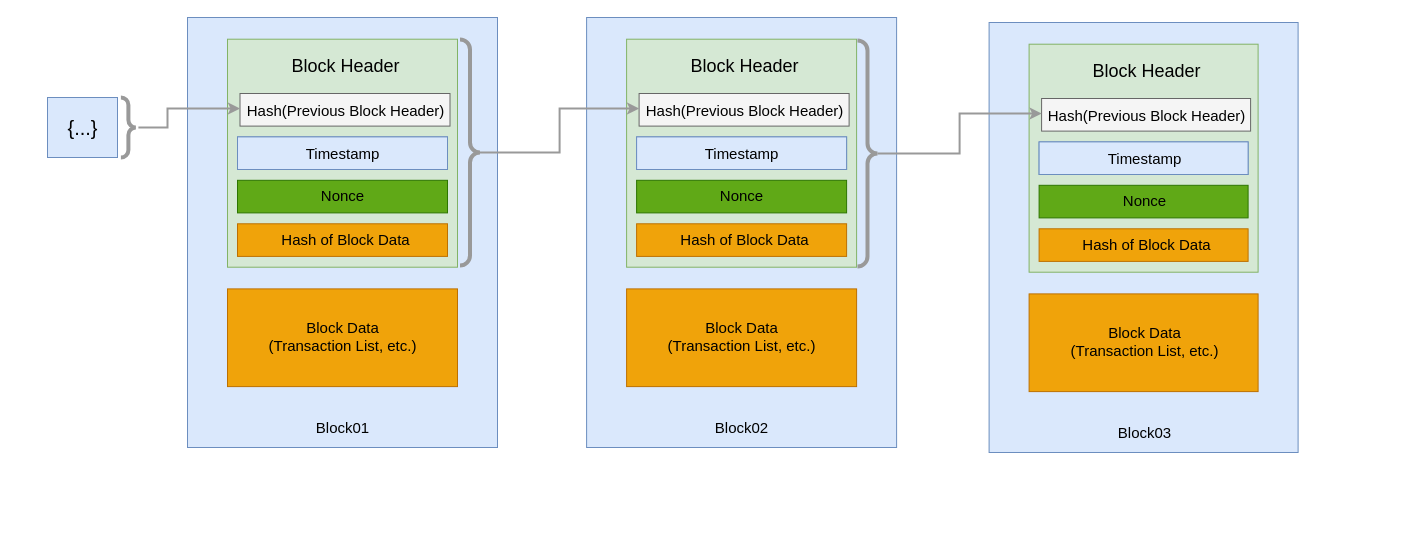
Before: 3_advancesDatabaseCoursePaper.drawio in lqmzx/git-demo, a draw.io diagram. Source tidied: cells renumbered, new cells numbered last; positions are measured from the earlier drawing's top-left corner, leaving out a move shared by most shapes. Both pictures are drawn from the tidied source at 100%, with x=0, y=0 at pixel (47, 17).
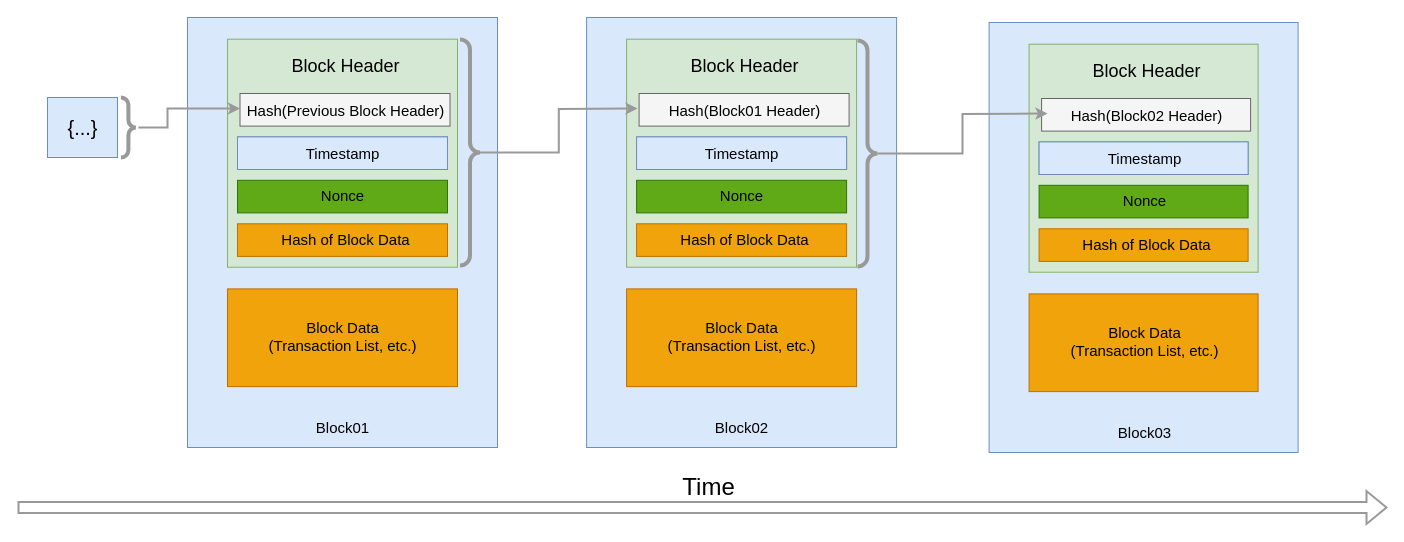
Above is the later version.

Unchanged cells that the change refers to:
```xml
<mxCell id="23" style="labelPosition=right;align=left;strokeWidth=4;shape=mxgraph.mockup.markup.curlyBrace;html=1;shadow=0;dashed=0;strokeColor=#999999;direction=north;fontSize=20;rotation=-180;" parent="5" vertex="1">
  <mxGeometry x="272.5" y="22" width="20" height="226" as="geometry" />
</mxCell>
<mxCell id="30" style="group;" parent="27" vertex="1">
  <mxGeometry x="12.5" y="54.3" width="210" height="32.6" as="geometry" />
</mxCell>
<mxCell id="44" style="labelPosition=right;align=left;strokeWidth=4;shape=mxgraph.mockup.markup.curlyBrace;html=1;shadow=0;dashed=0;strokeColor=#999999;direction=north;fontSize=20;rotation=-180;" parent="1" vertex="1">
  <mxGeometry x="810" y="23" width="20" height="226" as="geometry" />
</mxCell>
<mxCell id="50" style="group;" parent="47" vertex="1">
  <mxGeometry x="12.5" y="54.3" width="209" height="32.6" as="geometry" />
</mxCell>
```

The edit, as a diff of the source:
```diff
@@
-    <mxCell id="32" value="&lt;font style=&quot;font-size: 15px&quot;&gt;Hash(Previous Block Header)&lt;/font&gt;" style="text;html=1;align=center;verticalAlign=middle;points=[];strokeColor=none;fillColor=none;fontSize=20;" parent="30" vertex="1">
-      <mxGeometry width="210" height="30" as="geometry" />
+    <mxCell id="32" value="&lt;font style=&quot;font-size: 15px&quot;&gt;Hash(Block01 Header)&lt;/font&gt;" style="text;html=1;align=center;verticalAlign=middle;points=[];strokeColor=none;fillColor=none;fontSize=20;" parent="30" vertex="1">
+      <mxGeometry x="20" width="170" height="30" as="geometry" />
     </mxCell>
@@
-    <mxCell id="43" style="edgeStyle=orthogonalEdgeStyle;rounded=0;jettySize=auto;html=1;fontFamily=Helvetica;fontSize=15;fontColor=default;strokeColor=#999999;strokeWidth=2;" parent="1" edge="1" source="23" target="32">
-      <mxGeometry relative="1" as="geometry" />
+    <mxCell id="43" style="edgeStyle=orthogonalEdgeStyle;rounded=0;jettySize=auto;html=1;fontFamily=Helvetica;fontSize=15;fontColor=default;strokeColor=#999999;strokeWidth=2;" parent="1" edge="1" source="23">
+      <mxGeometry relative="1" as="geometry">
+        <mxPoint x="590" y="91" as="targetPoint" />
+      </mxGeometry>
     </mxCell>
@@
-    <mxCell id="52" value="&lt;font style=&quot;font-size: 15px&quot;&gt;Hash(Previous Block Header)&lt;/font&gt;" style="text;html=1;align=center;verticalAlign=middle;points=[];strokeColor=none;fillColor=none;fontSize=20;" parent="50" vertex="1">
-      <mxGeometry width="210" height="30" as="geometry" />
+    <mxCell id="52" value="&lt;font style=&quot;font-size: 15px&quot;&gt;Hash(Block02 Header)&lt;/font&gt;" style="text;html=1;align=center;verticalAlign=middle;points=[];strokeColor=none;fillColor=none;fontSize=20;" parent="50" vertex="1">
+      <mxGeometry x="20" width="170" height="30" as="geometry" />
     </mxCell>
@@
-    <mxCell id="63" style="edgeStyle=orthogonalEdgeStyle;rounded=0;jettySize=auto;html=1;fontFamily=Helvetica;fontSize=15;fontColor=default;strokeColor=#999999;strokeWidth=2;" parent="1" edge="1" source="44" target="52">
-      <mxGeometry relative="1" as="geometry" />
+    <mxCell id="63" style="edgeStyle=orthogonalEdgeStyle;rounded=0;jettySize=auto;html=1;fontFamily=Helvetica;fontSize=15;fontColor=default;strokeColor=#999999;strokeWidth=2;" parent="1" edge="1" source="44">
+      <mxGeometry relative="1" as="geometry">
+        <mxPoint x="1000" y="96" as="targetPoint" />
+      </mxGeometry>
     </mxCell>
+    <mxCell id="64" style="shape=flexArrow;endArrow=classic;html=1;rounded=0;fontFamily=Helvetica;fontSize=15;fontColor=default;strokeColor=#999999;strokeWidth=2;" parent="1" edge="1">
+      <mxGeometry relative="1" as="geometry">
+        <mxPoint x="-30" y="490" as="sourcePoint" />
+        <mxPoint x="1340" y="490" as="targetPoint" />
+      </mxGeometry>
+    </mxCell>
+    <mxCell id="65" value="&lt;font style=&quot;font-size: 24px&quot;&gt;Time&lt;/font&gt;" style="text;html=1;align=center;verticalAlign=middle;strokeColor=none;fillColor=none;fontSize=15;fontFamily=Helvetica;fontColor=default;" parent="1" vertex="1">
+      <mxGeometry x="626" y="455" width="70" height="30" as="geometry" />
+    </mxCell>
```
